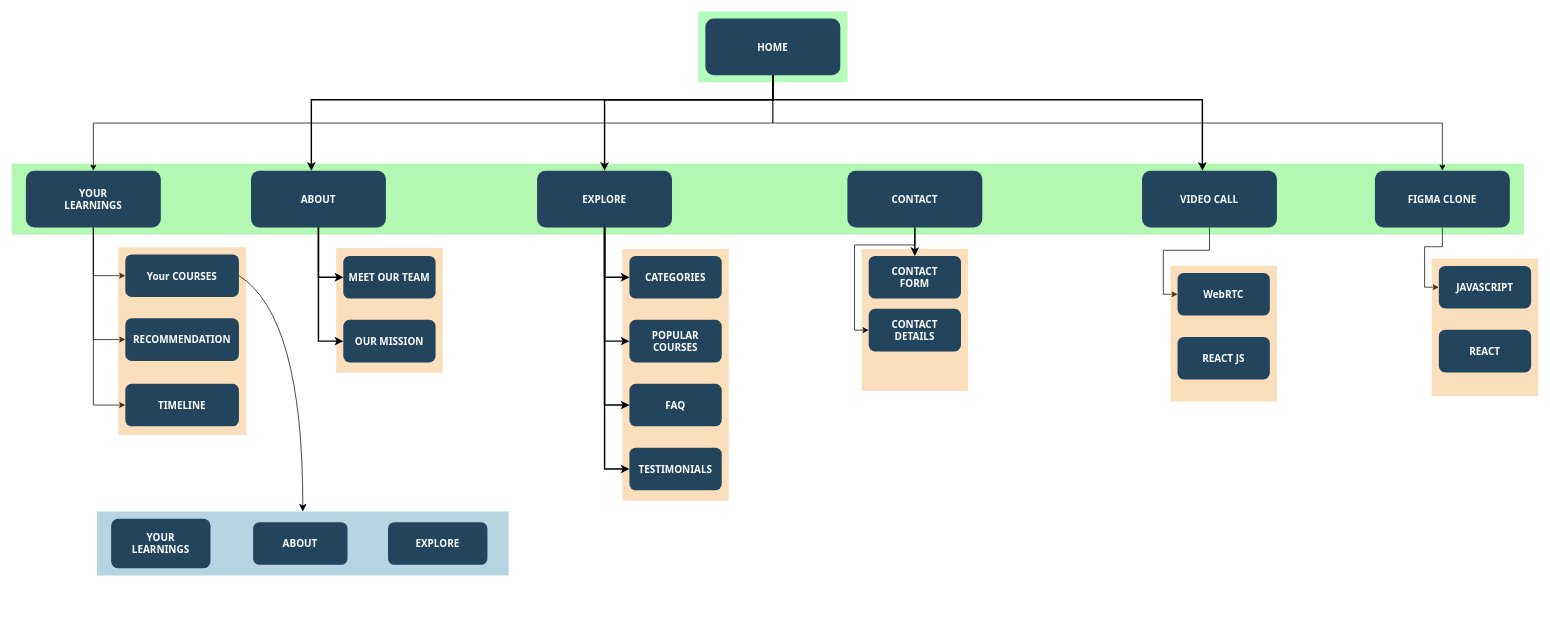
This is Sitemap.drawio from ayush-ranjan07/DynamiX, a draw.io file, before an edit. Source tidied: cells renumbered, new cells numbered last; positions are measured from the earlier drawing's top-left corner, leaving out a move shared by most shapes. Both pictures are drawn from the tidied source at 71%, with x=0, y=0 at pixel (11, 11).
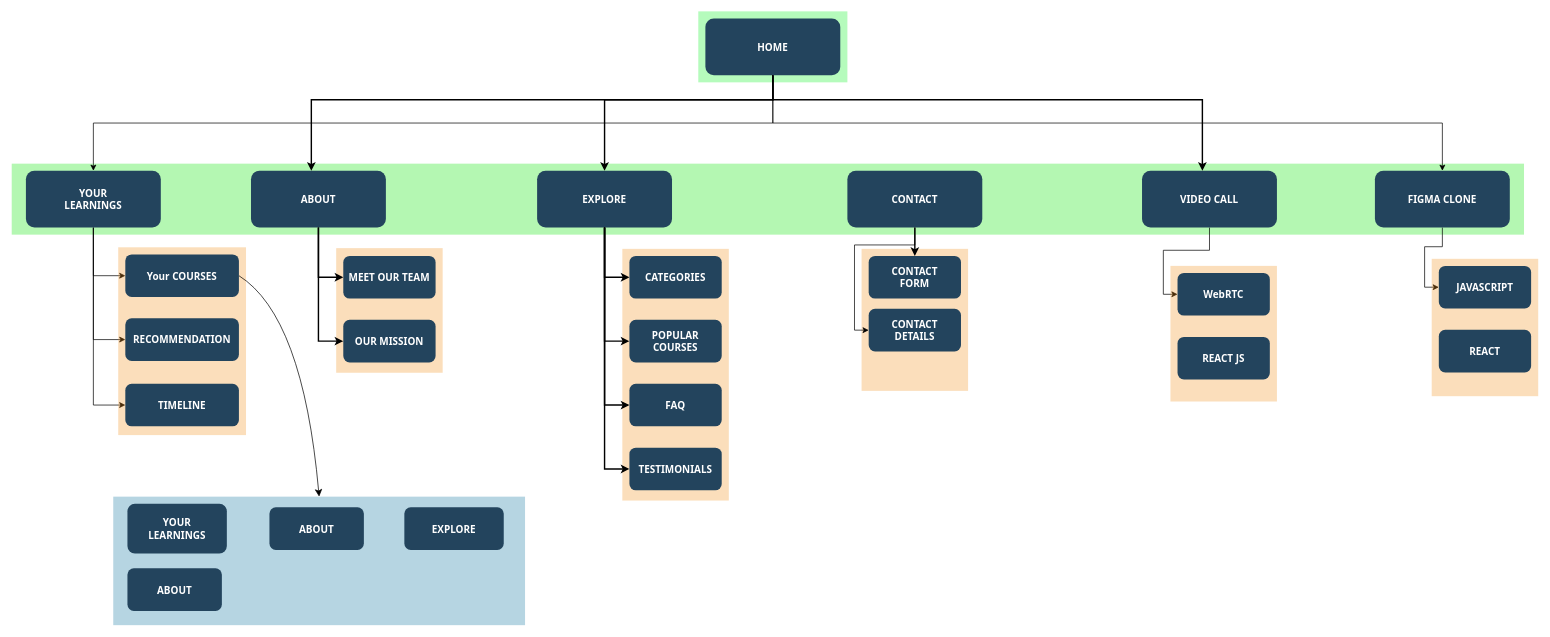
The same diagram, later.

What changed in the source:
```diff
@@
     <mxCell id="46" style="fillColor=#10739E;strokeColor=none;opacity=30;" parent="1" vertex="1">
-      <mxGeometry x="120" y="704" width="580" height="90" as="geometry" />
+      <mxGeometry x="143" y="683" width="580" height="181" as="geometry" />
     </mxCell>
     <mxCell id="47" value="ABOUT" style="rounded=1;fillColor=#23445D;gradientColor=none;strokeColor=none;fontColor=#FFFFFF;fontStyle=1;fontFamily=Tahoma;fontSize=14;" parent="1" vertex="1">
-      <mxGeometry x="340" y="719" width="133" height="60" as="geometry" />
+      <mxGeometry x="363" y="698" width="133" height="60" as="geometry" />
     </mxCell>
     <mxCell id="48" value="EXPLORE" style="rounded=1;fillColor=#23445D;gradientColor=none;strokeColor=none;fontColor=#FFFFFF;fontStyle=1;fontFamily=Tahoma;fontSize=14;" parent="1" vertex="1">
-      <mxGeometry x="530" y="719" width="140" height="60" as="geometry" />
+      <mxGeometry x="553" y="698" width="140" height="60" as="geometry" />
     </mxCell>
     <mxCell id="49" value="YOUR&#10;LEARNINGS" style="rounded=1;fillColor=#23445D;gradientColor=none;strokeColor=none;fontColor=#FFFFFF;fontStyle=1;fontFamily=Tahoma;fontSize=14;" parent="1" vertex="1">
-      <mxGeometry x="140" y="714" width="140" height="70" as="geometry" />
+      <mxGeometry x="163" y="693" width="140" height="70" as="geometry" />
     </mxCell>
@@
+    <mxCell id="56" value="ABOUT" style="rounded=1;fillColor=#23445D;gradientColor=none;strokeColor=none;fontColor=#FFFFFF;fontStyle=1;fontFamily=Tahoma;fontSize=14;" parent="1" vertex="1">
+      <mxGeometry x="163" y="784" width="133" height="60" as="geometry" />
+    </mxCell>
```
